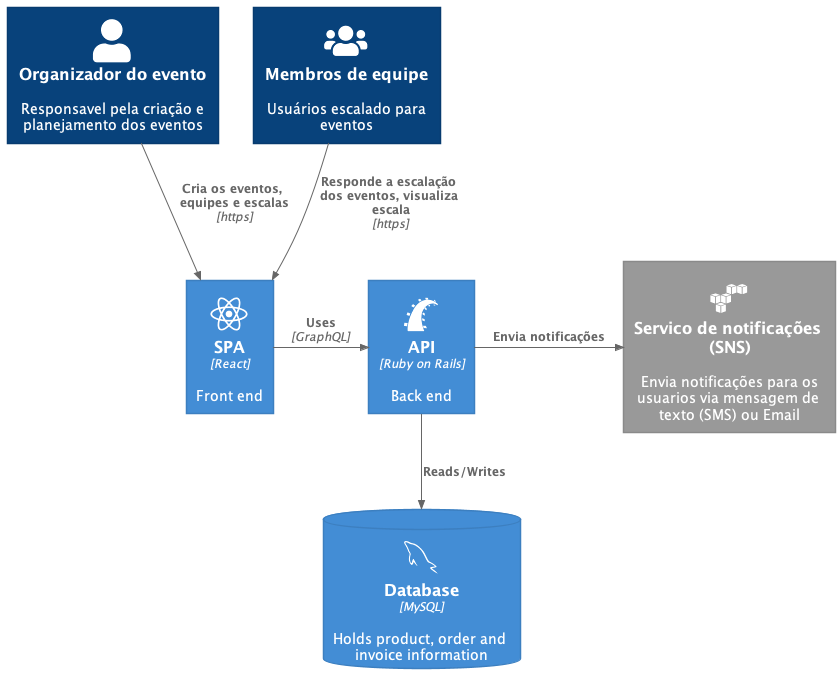
raphaelfeitoza/software-engineering-postgraduate keeps this PlantUML diagram as technical-report/out/diagrams/context/C4_Elements.png. Above is the earlier version.
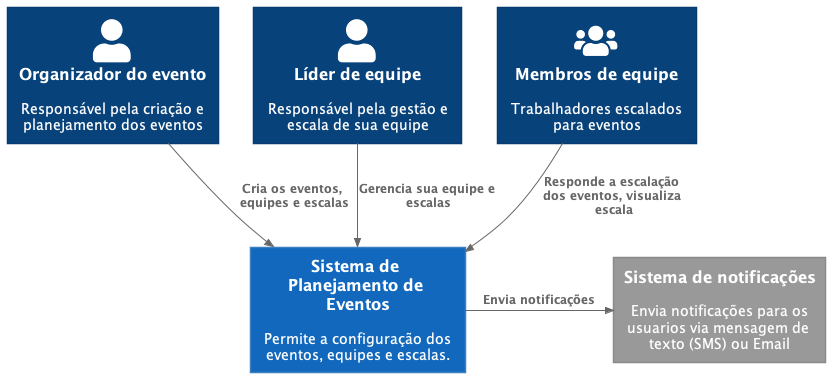
After the change.

Diff of the diagram source:
```diff
@@ -10,19 +10,16 @@
 
 HIDE_STEREOTYPE()
 
-Person(organizador, "Organizador do evento", "Responsavel pela criação e planejamento dos eventos")
-Person(membros, "Membros de equipe", "Usuários escalado para eventos",  $sprite="users")
-Container(spa, "SPA", "React", "Front end", $sprite="react")
-Container(api, "API", "Ruby on Rails", "Back end", $sprite="ruby_on_rails")
-ContainerDb(db, "Database", "MySQL", "Holds product, order and invoice information", $sprite="mysql")
+Person(organizador, "Organizador do evento", "Responsável pela criação e planejamento dos eventos")
+Person(lider, "Líder de equipe", "Responsável pela gestão e escala de sua equipe")
+Person(membros, "Membros de equipe", "Trabalhadores escalados para eventos",  $sprite="users")
 
-System_Ext(sns, "Servico de notificações (SNS)", "Envia notificações para os usuarios via mensagem de texto (SMS) ou Email",$sprite="aws")
+System(spe, "Sistema de Planejamento de Eventos", "Permite a configuração dos eventos, equipes e escalas.")
+System_Ext(sns, "Sistema de notificações", "Envia notificações para os usuarios via mensagem de texto (SMS) ou Email")
 
-Rel(organizador, spa, "Cria os eventos, equipes e escalas", "https")
-Rel(membros, spa, "Responde a escalação dos eventos, visualiza escala", "https")
-Rel_R(spa, api, "Uses", "GraphQL")
-Rel(api, db, "Reads/Writes")
-Rel_R(api, sns, "Envia notificações")
-
+Rel(organizador, spe, "Cria os eventos, equipes e escalas")
+Rel(lider, spe, "Gerencia sua equipe e escalas")
+Rel(membros, spe, "Responde a escalação dos eventos, visualiza escala")
+Rel_R(spe, sns, "Envia notificações")
 
 @enduml
```
